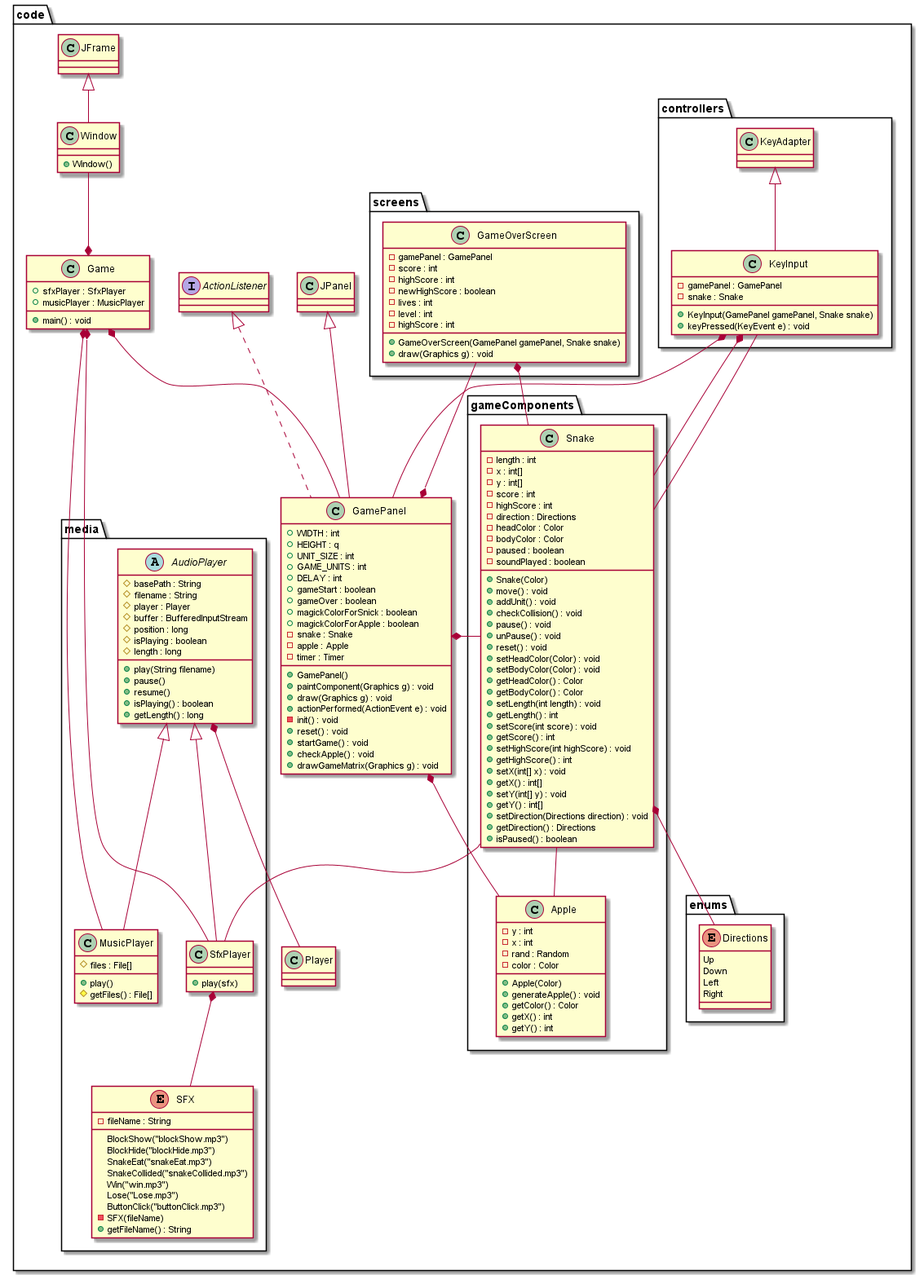
Above: uml.png in anas-stuff/The-Crazy-Snake-Game (PlantUML), before the change.
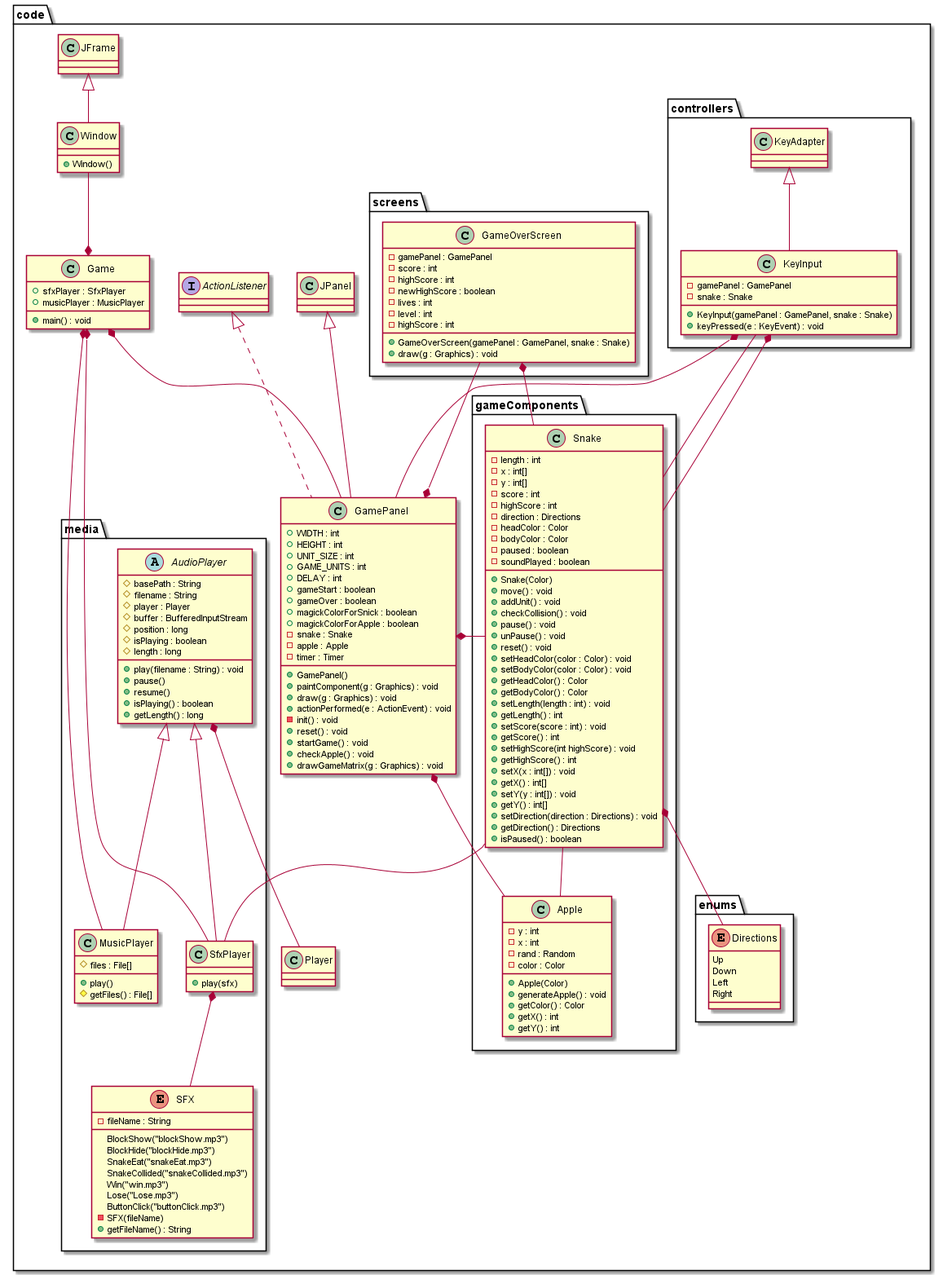
The same diagram one commit later.

Commit message:
Fix parametrs type

The edit, as a diff of the source:
```diff
@@ -10,11 +10,11 @@
             # position : long
             # isPlaying : boolean
             # length : long
-            +play(String filename)
-            +pause()
-            +resume()
-            +isPlaying() : boolean
-            +getLength() : long
+            + play(filename : String) : void
+            + pause()
+            + resume()
+            + isPlaying() : boolean
+            + getLength() : long
             }
         class MusicPlayer extends AudioPlayer {
             # files : File[]
@@ -49,8 +49,8 @@
             - gamePanel : GamePanel
             - snake : Snake
 
-            + KeyInput(GamePanel gamePanel, Snake snake)
-            + keyPressed(KeyEvent e) : void
+            + KeyInput(gamePanel : GamePanel, snake : Snake)
+            + keyPressed(e : KeyEvent) : void
         }
     }
 
@@ -96,21 +96,21 @@
             + pause() : void
             + unPause() : void
             + reset() : void
-            + setHeadColor(Color) : void
-            + setBodyColor(Color) : void
+            + setHeadColor(color : Color) : void
+            + setBodyColor(color : Color) : void
             + getHeadColor() : Color
             + getBodyColor() : Color
-            + setLength(int length) : void
+            + setLength(length : int) : void
             + getLength() : int
-            + setScore(int score) : void
+            + setScore(score : int) : void
             + getScore() : int
             + setHighScore(int highScore) : void
             + getHighScore() : int
-            + setX(int[] x) : void
+            + setX(x : int[]) : void
             + getX() : int[]
-            + setY(int[] y) : void
+            + setY(y : int[]) : void
             + getY() : int[]
-            + setDirection(Directions direction) : void
+            + setDirection(direction : Directions) : void
             + getDirection() : Directions
             + isPaused() : boolean
         }
@@ -132,8 +132,8 @@
             - level : int
             - highScore : int
 
-            + GameOverScreen(GamePanel gamePanel, Snake snake)
-            + draw(Graphics g) : void
+            + GameOverScreen(gamePanel : GamePanel, snake : Snake)
+            + draw(g : Graphics) : void
         }
     }
 
@@ -150,7 +150,7 @@
 
         class GamePanel extends JPanel implements ActionListener {
              +  WIDTH : int
-             + HEIGHT : q
+             + HEIGHT : int
              +  UNIT_SIZE : int
              +  GAME_UNITS : int
              +  DELAY : int
@@ -163,14 +163,14 @@
              - timer : Timer
 
              + GamePanel()
-             + paintComponent(Graphics g) : void
-             + draw(Graphics g) : void
-             + actionPerformed(ActionEvent e) : void
+             + paintComponent(g : Graphics) : void
+             + draw(g : Graphics) : void
+             + actionPerformed(e : ActionEvent) : void
              - init() : void
              + reset() : void
              + startGame() : void
              + checkApple() : void
-             + drawGameMatrix(Graphics g) : void
+             + drawGameMatrix(g : Graphics) : void
         }
 
           GameOverScreen *-- Snake
```
